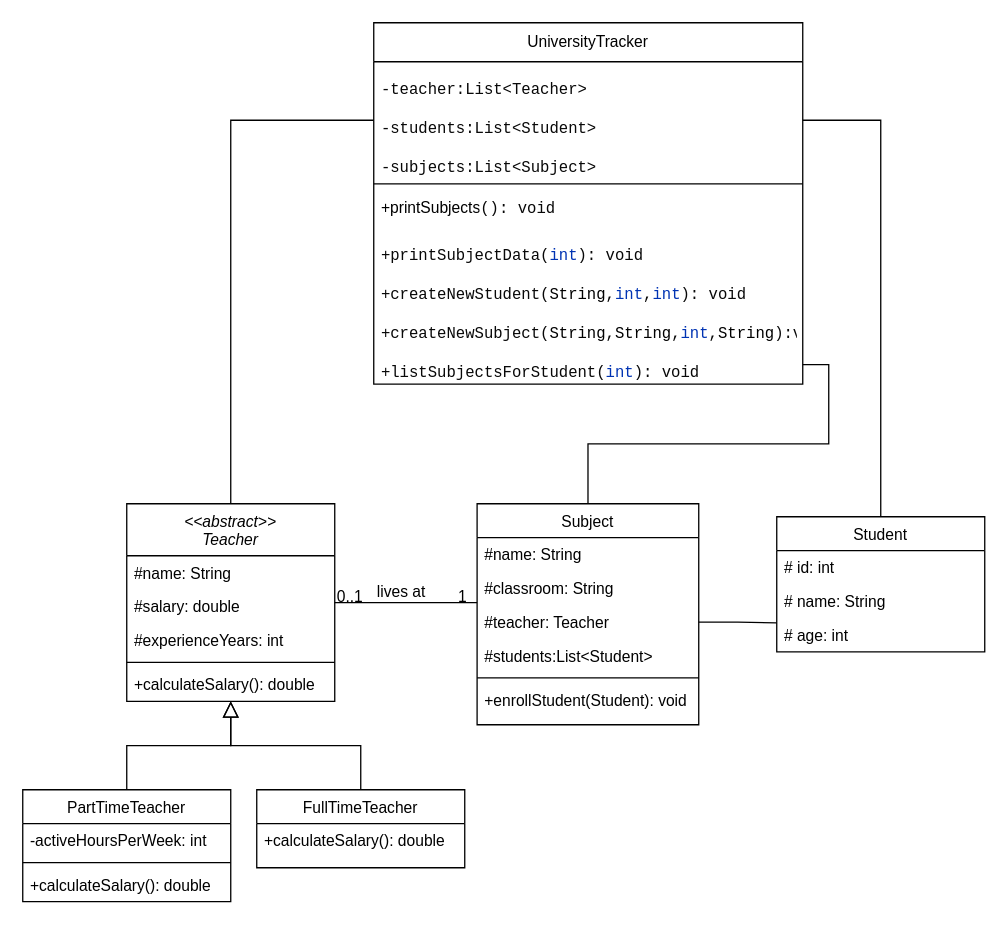
Earlier version of the draw.io diagram ClassDiagram.drawio (Academia-TAE/JavaExercises). Source tidied: cells renumbered, new cells numbered last; positions are measured from the earlier drawing's top-left corner, leaving out a move shared by most shapes. Both pictures are drawn from the tidied source at 130%, with x=0, y=0 at pixel (22, 22).
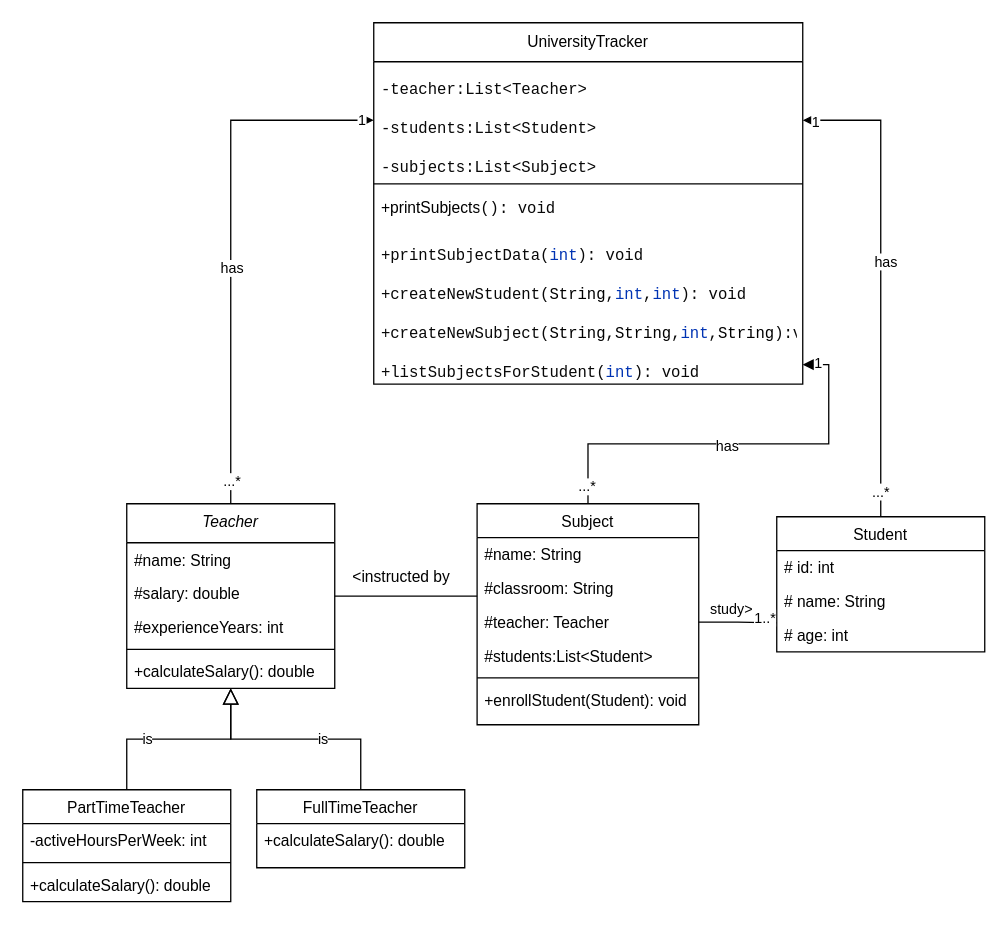
The same page after the edit.

Unchanged cells that the change refers to:
```xml
<mxCell id="13" style="endArrow=block;endSize=10;endFill=0;shadow=0;strokeWidth=1;rounded=0;edgeStyle=elbowEdgeStyle;elbow=vertical;" parent="1" edge="1" source="9" target="3">
  <mxGeometry relative="1" as="geometry" />
</mxCell>
<mxCell id="16" style="endArrow=block;endSize=10;endFill=0;shadow=0;strokeWidth=1;rounded=0;edgeStyle=elbowEdgeStyle;elbow=vertical;" parent="1" edge="1" source="14" target="3">
  <mxGeometry relative="1" as="geometry" />
</mxCell>
<mxCell id="18" value="Subject" style="swimlane;fontStyle=0;align=center;verticalAlign=top;horizontal=1;startSize=26;rounded=0;shadow=0;strokeWidth=1;" parent="1" vertex="1">
  <mxGeometry x="349.5" y="370" width="170.5" height="170" as="geometry" />
</mxCell>
<mxCell id="25" style="endArrow=none;shadow=0;strokeWidth=1;rounded=0;endFill=0;edgeStyle=elbowEdgeStyle;elbow=vertical;" parent="1" edge="1" source="3" target="18">
  <mxGeometry x="0.5" y="41" relative="1" as="geometry">
    <mxPoint x="-40" y="32" as="offset" />
  </mxGeometry>
</mxCell>
<mxCell id="31" value="&lt;pre style=&quot;border-color: var(--border-color); color: rgb(8, 8, 8); font-family: &amp;quot;JetBrains Mono&amp;quot;, monospace;&quot;&gt;-students:List&amp;lt;Student&lt;span style=&quot;border-color: var(--border-color);&quot;&gt;&amp;gt;&lt;/span&gt;&lt;/pre&gt;" style="text;strokeColor=none;fillColor=none;align=left;verticalAlign=middle;spacingLeft=4;spacingRight=4;overflow=hidden;points=[[0,0.5],[1,0.5]];portConstraint=eastwest;whiteSpace=wrap;html=1;" parent="29" vertex="1">
  <mxGeometry y="60" width="330" height="30" as="geometry" />
</mxCell>
<mxCell id="38" value="&lt;div style=&quot;background-color:#ffffff;color:#080808&quot;&gt;&lt;pre style=&quot;font-family:'JetBrains Mono',monospace;font-size:9,8pt;&quot;&gt;&lt;pre style=&quot;font-family:'JetBrains Mono',monospace;font-size:9,8pt;&quot;&gt;&lt;div&gt;&lt;pre style=&quot;font-family:'JetBrains Mono',monospace;font-size:9,8pt;&quot;&gt;+listSubjectsForStudent(&lt;span style=&quot;color:#0033b3;&quot;&gt;int&lt;/span&gt;): void&lt;/pre&gt;&lt;/div&gt;&lt;/pre&gt;&lt;/pre&gt;&lt;/div&gt;" style="text;align=left;verticalAlign=middle;spacingLeft=4;spacingRight=4;overflow=hidden;points=[[0,0.5],[1,0.5]];portConstraint=eastwest;whiteSpace=wrap;html=1;" parent="29" vertex="1">
  <mxGeometry y="248" width="330" height="30" as="geometry" />
</mxCell>
<mxCell id="39" value="Student" style="swimlane;fontStyle=0;align=center;verticalAlign=top;horizontal=1;startSize=26;rounded=0;shadow=0;strokeWidth=1;" parent="1" vertex="1">
  <mxGeometry x="580" y="380" width="160" height="104" as="geometry" />
</mxCell>
<mxCell id="43" style="edgeStyle=orthogonalEdgeStyle;rounded=0;jettySize=auto;html=1;entryX=0;entryY=0.141;entryDx=0;entryDy=0;entryPerimeter=0;startArrow=none;startFill=0;endArrow=none;endFill=0;" parent="1" edge="1" source="21" target="42">
  <mxGeometry relative="1" as="geometry" />
</mxCell>
```

What changed in the source:
```diff
@@
-    <mxCell id="2" style="edgeStyle=orthogonalEdgeStyle;rounded=0;jettySize=auto;html=1;entryX=0;entryY=0.5;entryDx=0;entryDy=0;endArrow=none;endFill=0;" parent="1" edge="1" source="3" target="31">
+    <mxCell id="2" style="edgeStyle=orthogonalEdgeStyle;rounded=0;jettySize=auto;html=1;entryX=0;entryY=0.5;entryDx=0;entryDy=0;endArrow=block;endFill=1;" parent="1" edge="1" source="3" target="31">
       <mxGeometry relative="1" as="geometry" />
     </mxCell>
+    <mxCell id="45" value="...*" style="edgeLabel;html=1;align=center;verticalAlign=middle;" parent="2" vertex="1">
+      <mxGeometry x="-0.91" y="2" relative="1" as="geometry">
+        <mxPoint x="2" as="offset" />
+      </mxGeometry>
+    </mxCell>
+    <mxCell id="46" value="1" style="edgeLabel;html=1;align=center;verticalAlign=middle;" parent="2" vertex="1">
+      <mxGeometry x="0.96" y="1" relative="1" as="geometry">
+        <mxPoint x="-2" as="offset" />
+      </mxGeometry>
+    </mxCell>
+    <mxCell id="47" value="has" style="edgeLabel;html=1;align=center;verticalAlign=middle;" parent="2" vertex="1">
+      <mxGeometry x="-0.1" relative="1" as="geometry" />
+    </mxCell>
-    <mxCell id="3" value="&lt;&lt;abstract&gt;&gt;&#10;Teacher" style="swimlane;fontStyle=2;align=center;verticalAlign=top;horizontal=1;startSize=40;rounded=0;shadow=0;strokeWidth=1;" parent="1" vertex="1">
-      <mxGeometry x="80" y="370" width="160" height="152" as="geometry" />
+    <mxCell id="3" value="Teacher" style="swimlane;fontStyle=2;align=center;verticalAlign=top;horizontal=1;startSize=30;rounded=0;shadow=0;strokeWidth=1;" parent="1" vertex="1">
+      <mxGeometry x="80" y="370" width="160" height="142" as="geometry" />
     </mxCell>
     <mxCell id="4" value="#name: String" style="text;align=left;verticalAlign=top;spacingLeft=4;spacingRight=4;overflow=hidden;" parent="3" vertex="1">
-      <mxGeometry y="40" width="160" height="26" as="geometry" />
+      <mxGeometry y="30" width="160" height="26" as="geometry" />
     </mxCell>
     <mxCell id="5" value="#salary: double" style="text;align=left;verticalAlign=top;spacingLeft=4;spacingRight=4;overflow=hidden;rounded=0;shadow=0;html=0;" parent="3" vertex="1">
-      <mxGeometry y="66" width="160" height="26" as="geometry" />
+      <mxGeometry y="56" width="160" height="26" as="geometry" />
     </mxCell>
     <mxCell id="6" value="#experienceYears: int" style="text;align=left;verticalAlign=top;spacingLeft=4;spacingRight=4;overflow=hidden;rounded=0;shadow=0;html=0;" parent="3" vertex="1">
-      <mxGeometry y="92" width="160" height="26" as="geometry" />
+      <mxGeometry y="82" width="160" height="26" as="geometry" />
     </mxCell>
     <mxCell id="7" style="line;html=1;strokeWidth=1;align=left;verticalAlign=middle;spacingTop=-1;spacingLeft=3;spacingRight=3;labelPosition=right;" parent="3" vertex="1">
-      <mxGeometry y="118" width="160" height="8" as="geometry" />
+      <mxGeometry y="108" width="160" height="8" as="geometry" />
     </mxCell>
     <mxCell id="8" value="+calculateSalary(): double" style="text;align=left;verticalAlign=top;spacingLeft=4;spacingRight=4;overflow=hidden;" parent="3" vertex="1">
-      <mxGeometry y="126" width="160" height="26" as="geometry" />
+      <mxGeometry y="116" width="160" height="26" as="geometry" />
     </mxCell>
@@
+    <mxCell id="48" value="is" style="edgeLabel;html=1;align=center;verticalAlign=middle;" parent="13" vertex="1">
+      <mxGeometry x="-0.32" y="1" relative="1" as="geometry" />
+    </mxCell>
@@
+    <mxCell id="49" value="is" style="edgeLabel;html=1;align=center;verticalAlign=middle;" parent="16" vertex="1">
+      <mxGeometry x="0.56" y="3" relative="1" as="geometry">
+        <mxPoint x="73" y="-1" as="offset" />
+      </mxGeometry>
+    </mxCell>
-    <mxCell id="17" style="edgeStyle=orthogonalEdgeStyle;rounded=0;jettySize=auto;html=1;entryX=1;entryY=0.5;entryDx=0;entryDy=0;endArrow=none;endFill=0;" parent="1" edge="1" source="18" target="38">
+    <mxCell id="17" style="edgeStyle=orthogonalEdgeStyle;rounded=0;jettySize=auto;html=1;entryX=1;entryY=0.5;entryDx=0;entryDy=0;endArrow=block;endFill=1;" parent="1" edge="1" source="18" target="38">
       <mxGeometry relative="1" as="geometry" />
     </mxCell>
+    <mxCell id="50" value="1" style="edgeLabel;html=1;align=center;verticalAlign=middle;" parent="17" vertex="1">
+      <mxGeometry x="0.93" y="-2" relative="1" as="geometry" />
+    </mxCell>
+    <mxCell id="51" value="...*" style="edgeLabel;html=1;align=center;verticalAlign=middle;" parent="17" vertex="1">
+      <mxGeometry x="-0.91" y="1" relative="1" as="geometry" />
+    </mxCell>
+    <mxCell id="52" value="has" style="edgeLabel;html=1;align=center;verticalAlign=middle;" parent="17" vertex="1">
+      <mxGeometry x="-0.02" y="-1" relative="1" as="geometry" />
+    </mxCell>
@@
-    <mxCell id="26" value="0..1" style="align=left;verticalAlign=bottom;labelBackgroundColor=none;fontSize=12;" parent="25" vertex="1">
-      <mxGeometry x="-1" relative="1" as="geometry">
-        <mxPoint y="4" as="offset" />
-      </mxGeometry>
-    </mxCell>
-    <mxCell id="27" value="1" style="align=right;verticalAlign=bottom;labelBackgroundColor=none;fontSize=12;" parent="25" vertex="1">
-      <mxGeometry x="1" relative="1" as="geometry">
-        <mxPoint x="-7" y="4" as="offset" />
-      </mxGeometry>
-    </mxCell>
-    <mxCell id="28" value="lives at" style="text;html=1;align=center;verticalAlign=middle;labelBackgroundColor=none;rounded=0;shadow=0;strokeWidth=1;fontSize=12;" parent="25" vertex="1">
+    <mxCell id="28" value="&amp;lt;instructed by" style="text;html=1;align=center;verticalAlign=middle;labelBackgroundColor=none;rounded=0;shadow=0;strokeWidth=1;fontSize=12;" parent="25" vertex="1">
       <mxGeometry x="0.5" y="49" relative="1" as="geometry">
-        <mxPoint x="-32" y="40" as="offset" />
+        <mxPoint x="-32" y="34" as="offset" />
       </mxGeometry>
     </mxCell>
@@
+    <mxCell id="53" value="1..*" style="edgeLabel;html=1;align=center;verticalAlign=middle;" parent="43" vertex="1">
+      <mxGeometry x="0.81" relative="1" as="geometry">
+        <mxPoint x="-4" y="-4" as="offset" />
+      </mxGeometry>
+    </mxCell>
+    <mxCell id="54" value="study&amp;gt;" style="edgeLabel;html=1;align=center;verticalAlign=middle;" parent="43" vertex="1">
+      <mxGeometry x="-0.22" y="1" relative="1" as="geometry">
+        <mxPoint y="-10" as="offset" />
+      </mxGeometry>
+    </mxCell>
-    <mxCell id="44" style="edgeStyle=orthogonalEdgeStyle;rounded=0;jettySize=auto;html=1;entryX=0.5;entryY=0;entryDx=0;entryDy=0;startArrow=none;startFill=0;endArrow=none;endFill=0;" parent="1" edge="1" source="31" target="39">
+    <mxCell id="44" style="edgeStyle=orthogonalEdgeStyle;rounded=0;jettySize=auto;html=1;entryX=0.5;entryY=0;entryDx=0;entryDy=0;startArrow=block;startFill=1;endArrow=none;endFill=0;" parent="1" edge="1" source="31" target="39">
       <mxGeometry relative="1" as="geometry" />
     </mxCell>
+    <mxCell id="55" value="1" style="edgeLabel;html=1;align=center;verticalAlign=middle;" parent="44" vertex="1">
+      <mxGeometry x="-0.95" y="-1" relative="1" as="geometry" />
+    </mxCell>
+    <mxCell id="56" value="...*" style="edgeLabel;html=1;align=center;verticalAlign=middle;" parent="44" vertex="1">
+      <mxGeometry x="0.89" y="-1" relative="1" as="geometry" />
+    </mxCell>
+    <mxCell id="57" value="has" style="edgeLabel;html=1;align=center;verticalAlign=middle;" parent="44" vertex="1">
+      <mxGeometry x="-0.08" y="3" relative="1" as="geometry" />
+    </mxCell>
```
